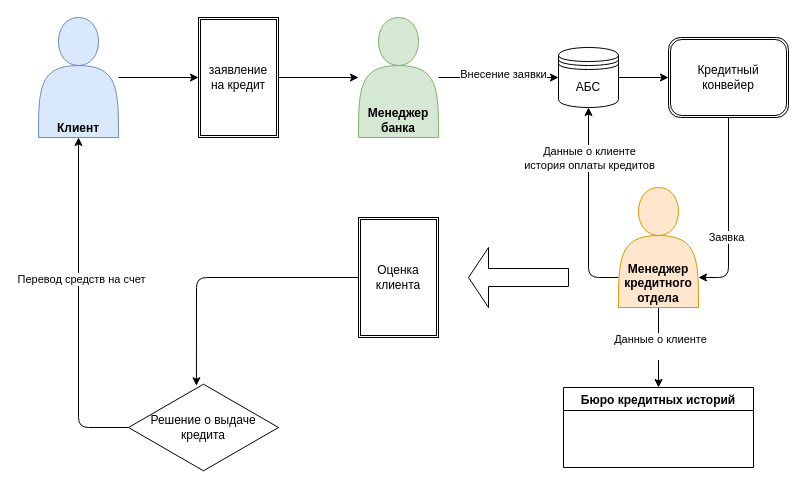
Earlier version of the draw.io diagram page "Loan opening process" (2 of 2) of Task1/diagrams.drawio (vladimir-kulgun/architecture-pro-standart). Source tidied: cells renumbered, new cells numbered last; positions are measured from the earlier drawing's top-left corner, leaving out a move shared by most shapes. Both pictures are drawn from the tidied source at 100%, with x=0, y=0 at pixel (38, 17).
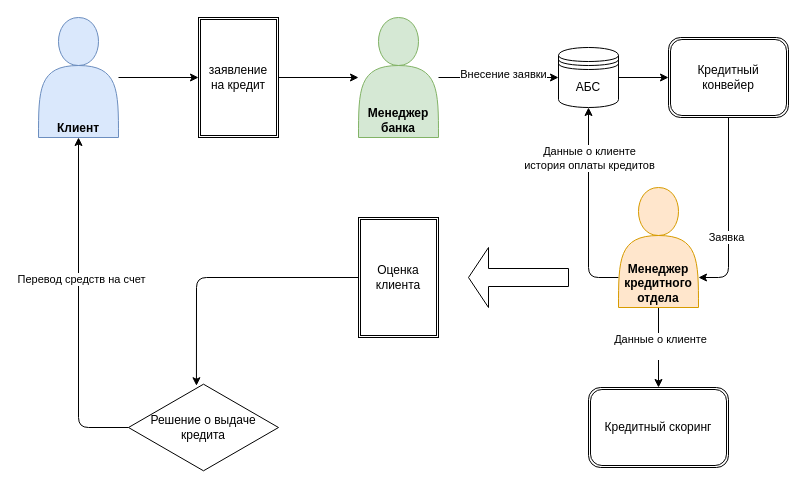
The same diagram, later.

Unchanged cells that the change refers to:
```xml
<mxCell id="11" value="&lt;b&gt;Менеджер&lt;/b&gt;&lt;div&gt;&lt;b&gt;кредитного отдела&lt;/b&gt;&lt;/div&gt;" style="shape=actor;whiteSpace=wrap;html=1;fillColor=#ffe6cc;strokeColor=#d79b00;verticalAlign=bottom;" parent="1" vertex="1">
  <mxGeometry x="580" y="170" width="80" height="120" as="geometry" />
</mxCell>
```

Change to the diagram source:
```diff
@@
-    <mxCell id="9" style="edgeStyle=none;html=1;entryX=0.5;entryY=0;entryDx=0;entryDy=0;" parent="1" edge="1" source="11" target="19">
-      <mxGeometry relative="1" as="geometry" />
+    <mxCell id="9" style="edgeStyle=none;html=1;entryX=0.5;entryY=0;entryDx=0;entryDy=0;" parent="1" edge="1" source="11">
+      <mxGeometry relative="1" as="geometry">
+        <mxPoint x="620" y="370" as="targetPoint" />
+      </mxGeometry>
     </mxCell>
@@
-    <mxCell id="19" value="Бюро кредитных историй" style="swimlane;" parent="1" vertex="1">
-      <mxGeometry x="525" y="370" width="190" height="80" as="geometry" />
-    </mxCell>
@@
+    <mxCell id="26" value="Кредитный скоринг" style="shape=ext;double=1;rounded=1;whiteSpace=wrap;html=1;" parent="1" vertex="1">
+      <mxGeometry x="550" y="370" width="140" height="80" as="geometry" />
+    </mxCell>
```
